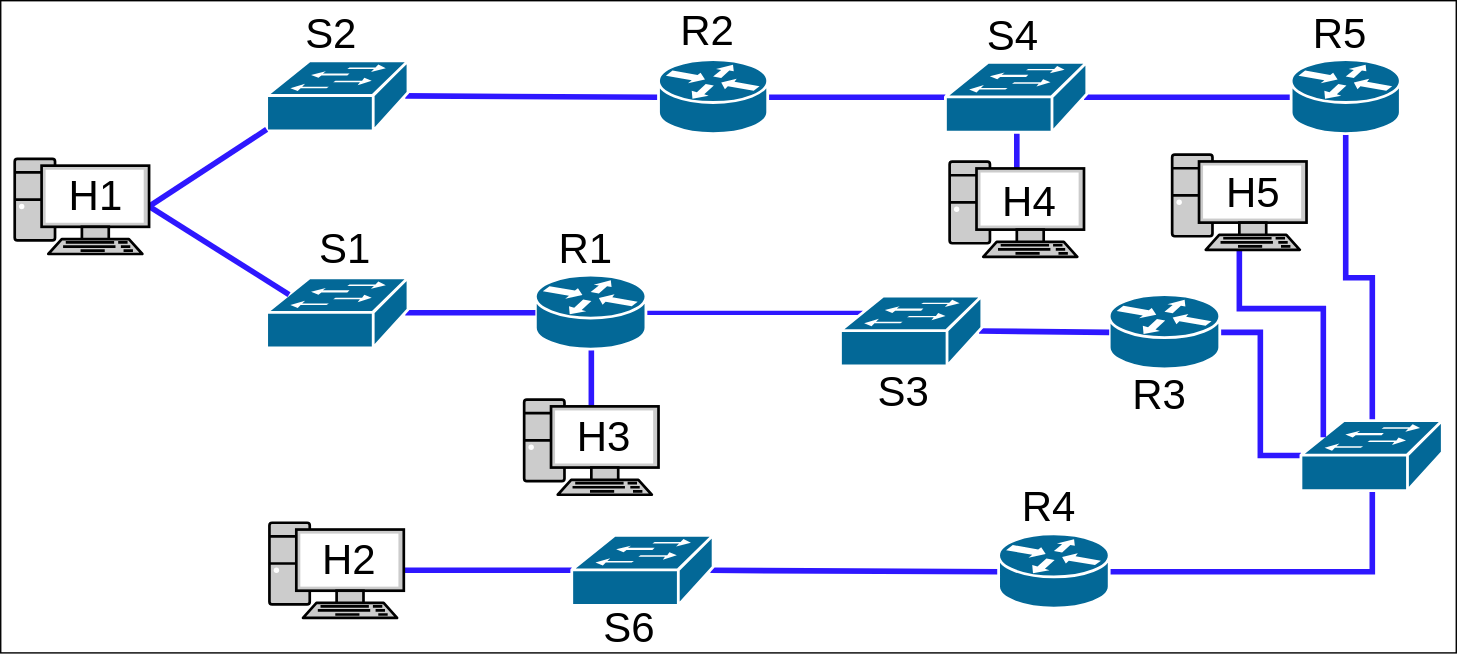
Earlier version of the draw.io export docs/images/experimentalTopology1.svg (abhimp/Viscous). Source tidied: cells renumbered, new cells last; positions are measured from the earlier drawing's top-left corner, leaving out a move shared by most shapes.
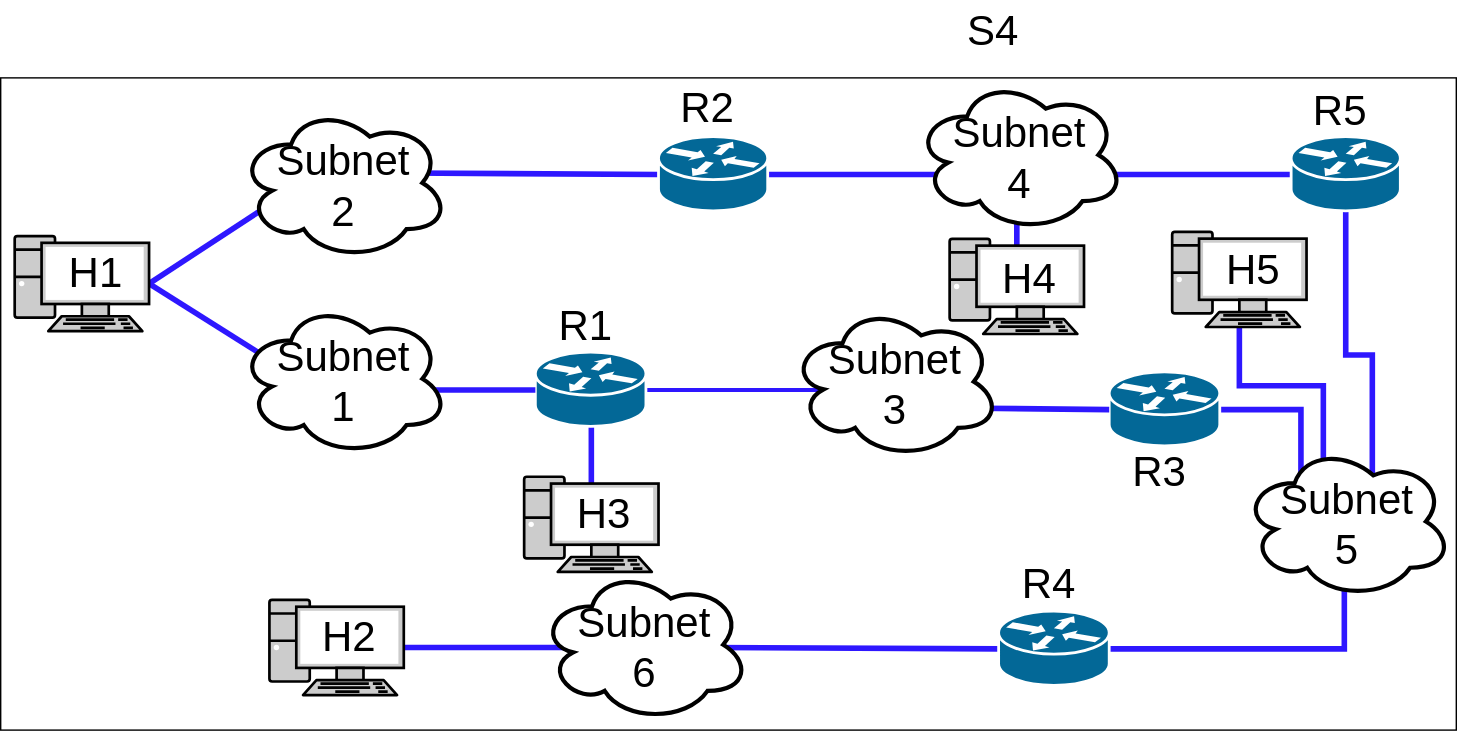
The same file after the commit.

Change to the diagram source:
```diff
@@ -4,4 +4,6 @@
     <mxCell id="1" parent="0" />
-    <mxCell id="2" style="edgeStyle=none;rounded=0;html=0;exitX=1;exitY=0.5;exitPerimeter=0;entryX=0.16;entryY=0.23;entryPerimeter=0;endArrow=none;endFill=0;jettySize=auto;strokeColor=#2E17FF;strokeWidth=3;fontFamily=Helvetica;fontSize=30;fontColor=#000000;" parent="1" edge="1" source="4" target="17">
-      <mxGeometry relative="1" as="geometry" />
+    <mxCell id="2" style="edgeStyle=none;rounded=0;html=0;exitX=1;exitY=0.5;exitPerimeter=0;entryX=0.16;entryY=0.23;entryPerimeter=0;endArrow=none;endFill=0;jettySize=auto;strokeColor=#2E17FF;strokeWidth=3;fontFamily=Helvetica;fontSize=30;fontColor=#000000;" parent="1" edge="1" source="4">
+      <mxGeometry relative="1" as="geometry">
+        <mxPoint x="616" y="223" as="targetPoint" />
+      </mxGeometry>
     </mxCell>
@@ -13,16 +15,16 @@
     </mxCell>
-    <mxCell id="5" style="edgeStyle=none;rounded=0;html=0;exitX=0.98;exitY=0.5;exitPerimeter=0;entryX=0;entryY=0.5;entryPerimeter=0;jettySize=auto;strokeColor=#2E17FF;strokeWidth=4;fontFamily=Helvetica;fontSize=30;fontColor=#000000;endArrow=none;endFill=0;" parent="1" edge="1" source="6" target="10">
-      <mxGeometry relative="1" as="geometry" />
+    <mxCell id="5" style="edgeStyle=none;rounded=0;html=0;exitX=0.98;exitY=0.5;exitPerimeter=0;entryX=0;entryY=0.5;entryPerimeter=0;jettySize=auto;strokeColor=#2E17FF;strokeWidth=4;fontFamily=Helvetica;fontSize=30;fontColor=#000000;endArrow=none;endFill=0;" parent="1" edge="1" target="10">
+      <mxGeometry relative="1" as="geometry">
+        <mxPoint x="289" y="68" as="sourcePoint" />
+      </mxGeometry>
     </mxCell>
-    <mxCell id="6" style="shape=mxgraph.cisco.switches.workgroup_switch;html=1;dashed=0;fillColor=#036897;strokeColor=#ffffff;strokeWidth=2;verticalLabelPosition=bottom;verticalAlign=top;labelBackgroundColor=none;fontFamily=Helvetica;fontSize=30;fontColor=#000000;" parent="1" vertex="1">
-      <mxGeometry x="190" y="43" width="101" height="50" as="geometry" />
-    </mxCell>
-    <mxCell id="7" style="edgeStyle=none;rounded=0;html=0;exitX=0.98;exitY=0.5;exitPerimeter=0;entryX=0;entryY=0.5;entryPerimeter=0;endArrow=none;endFill=0;jettySize=auto;strokeColor=#2E17FF;strokeWidth=4;fontFamily=Helvetica;fontSize=30;fontColor=#000000;" parent="1" edge="1" source="8" target="4">
-      <mxGeometry relative="1" as="geometry" />
+    <mxCell id="7" style="edgeStyle=none;rounded=0;html=0;exitX=0.98;exitY=0.5;exitPerimeter=0;entryX=0;entryY=0.5;entryPerimeter=0;endArrow=none;endFill=0;jettySize=auto;strokeColor=#2E17FF;strokeWidth=4;fontFamily=Helvetica;fontSize=30;fontColor=#000000;" parent="1" edge="1" target="4">
+      <mxGeometry relative="1" as="geometry">
+        <mxPoint x="289" y="223" as="sourcePoint" />
+      </mxGeometry>
     </mxCell>
-    <mxCell id="8" style="shape=mxgraph.cisco.switches.workgroup_switch;html=1;dashed=0;fillColor=#036897;strokeColor=#ffffff;strokeWidth=2;verticalLabelPosition=bottom;verticalAlign=top;labelBackgroundColor=none;fontFamily=Helvetica;fontSize=30;fontColor=#000000;" parent="1" vertex="1">
-      <mxGeometry x="190" y="198" width="101" height="50" as="geometry" />
-    </mxCell>
-    <mxCell id="9" style="edgeStyle=none;rounded=0;html=0;exitX=1;exitY=0.5;exitPerimeter=0;entryX=0;entryY=0.5;entryPerimeter=0;endArrow=none;endFill=0;jettySize=auto;strokeColor=#2E17FF;strokeWidth=4;fontFamily=Helvetica;fontSize=30;fontColor=#000000;" parent="1" edge="1" source="10" target="15">
-      <mxGeometry relative="1" as="geometry" />
+    <mxCell id="9" style="edgeStyle=none;rounded=0;html=0;exitX=1;exitY=0.5;exitPerimeter=0;entryX=0;entryY=0.5;entryPerimeter=0;endArrow=none;endFill=0;jettySize=auto;strokeColor=#2E17FF;strokeWidth=4;fontFamily=Helvetica;fontSize=30;fontColor=#000000;" parent="1" edge="1" source="10">
+      <mxGeometry relative="1" as="geometry">
+        <mxPoint x="675" y="69" as="targetPoint" />
+      </mxGeometry>
     </mxCell>
@@ -31,4 +33,6 @@
     </mxCell>
-    <mxCell id="11" style="edgeStyle=orthogonalEdgeStyle;rounded=0;html=0;exitX=1;exitY=0.5;exitPerimeter=0;entryX=0;entryY=0.5;entryPerimeter=0;endArrow=none;endFill=0;jettySize=auto;strokeColor=#2E17FF;strokeWidth=4;fontFamily=Helvetica;fontSize=30;fontColor=#000000;" parent="1" edge="1" source="12" target="21">
-      <mxGeometry relative="1" as="geometry" />
+    <mxCell id="11" style="edgeStyle=orthogonalEdgeStyle;rounded=0;html=0;exitX=1;exitY=0.5;exitPerimeter=0;entryX=0;entryY=0.5;entryPerimeter=0;endArrow=none;endFill=0;jettySize=auto;strokeColor=#2E17FF;strokeWidth=4;fontFamily=Helvetica;fontSize=30;fontColor=#000000;" parent="1" edge="1" source="12">
+      <mxGeometry relative="1" as="geometry">
+        <mxPoint x="929" y="325" as="targetPoint" />
+      </mxGeometry>
     </mxCell>
@@ -37,19 +41,21 @@
     </mxCell>
-    <mxCell id="13" style="edgeStyle=none;rounded=0;html=0;exitX=0.98;exitY=0.5;exitPerimeter=0;entryX=0;entryY=0.5;entryPerimeter=0;endArrow=none;endFill=0;jettySize=auto;strokeColor=#2E17FF;strokeWidth=4;fontFamily=Helvetica;fontSize=30;fontColor=#000000;" parent="1" edge="1" source="15" target="19">
-      <mxGeometry relative="1" as="geometry" />
+    <mxCell id="13" style="edgeStyle=none;rounded=0;html=0;exitX=0.98;exitY=0.5;exitPerimeter=0;entryX=0;entryY=0.5;entryPerimeter=0;endArrow=none;endFill=0;jettySize=auto;strokeColor=#2E17FF;strokeWidth=4;fontFamily=Helvetica;fontSize=30;fontColor=#000000;" parent="1" edge="1" target="19">
+      <mxGeometry relative="1" as="geometry">
+        <mxPoint x="774" y="69" as="sourcePoint" />
+      </mxGeometry>
     </mxCell>
-    <mxCell id="14" style="edgeStyle=none;rounded=0;html=0;exitX=0.5;exitY=0.98;exitPerimeter=0;entryX=0.5;entryY=0.07;entryPerimeter=0;endArrow=none;endFill=0;jettySize=auto;strokeColor=#2E17FF;strokeWidth=4;fontFamily=Helvetica;fontSize=30;fontColor=#000000;" parent="1" edge="1" source="15" target="44">
-      <mxGeometry relative="1" as="geometry" />
+    <mxCell id="14" style="edgeStyle=none;rounded=0;html=0;exitX=0.5;exitY=0.98;exitPerimeter=0;entryX=0.5;entryY=0.07;entryPerimeter=0;endArrow=none;endFill=0;jettySize=auto;strokeColor=#2E17FF;strokeWidth=4;fontFamily=Helvetica;fontSize=30;fontColor=#000000;" parent="1" edge="1" target="44">
+      <mxGeometry relative="1" as="geometry">
+        <mxPoint x="726" y="93" as="sourcePoint" />
+      </mxGeometry>
     </mxCell>
-    <mxCell id="15" style="shape=mxgraph.cisco.switches.workgroup_switch;html=1;dashed=0;fillColor=#036897;strokeColor=#ffffff;strokeWidth=2;verticalLabelPosition=bottom;verticalAlign=top;labelBackgroundColor=none;fontFamily=Helvetica;fontSize=30;fontColor=#000000;" parent="1" vertex="1">
-      <mxGeometry x="675" y="44" width="101" height="50" as="geometry" />
-    </mxCell>
-    <mxCell id="16" style="rounded=0;html=0;exitX=0.98;exitY=0.5;exitPerimeter=0;entryX=0;entryY=0.5;entryPerimeter=0;endArrow=none;endFill=0;jettySize=auto;strokeColor=#2E17FF;strokeWidth=4;fontFamily=Helvetica;fontSize=30;fontColor=#000000;" parent="1" edge="1" source="17" target="12">
-      <mxGeometry relative="1" as="geometry" />
+    <mxCell id="16" style="rounded=0;html=0;exitX=0.98;exitY=0.5;exitPerimeter=0;entryX=0;entryY=0.5;entryPerimeter=0;endArrow=none;endFill=0;jettySize=auto;strokeColor=#2E17FF;strokeWidth=4;fontFamily=Helvetica;fontSize=30;fontColor=#000000;" parent="1" edge="1" target="12">
+      <mxGeometry relative="1" as="geometry">
+        <mxPoint x="699" y="236" as="sourcePoint" />
+      </mxGeometry>
     </mxCell>
-    <mxCell id="17" style="shape=mxgraph.cisco.switches.workgroup_switch;html=1;dashed=0;fillColor=#036897;strokeColor=#ffffff;strokeWidth=2;verticalLabelPosition=bottom;verticalAlign=top;labelBackgroundColor=none;fontFamily=Helvetica;fontSize=30;fontColor=#000000;" parent="1" vertex="1">
-      <mxGeometry x="600" y="211" width="101" height="50" as="geometry" />
-    </mxCell>
-    <mxCell id="18" style="edgeStyle=orthogonalEdgeStyle;rounded=0;html=0;exitX=0.5;exitY=1;exitPerimeter=0;entryX=0.5;entryY=0;entryPerimeter=0;endArrow=none;endFill=0;jettySize=auto;strokeColor=#2E17FF;strokeWidth=4;fontFamily=Helvetica;fontSize=30;fontColor=#000000;" parent="1" edge="1" source="19" target="21">
-      <mxGeometry relative="1" as="geometry" />
+    <mxCell id="18" style="edgeStyle=orthogonalEdgeStyle;rounded=0;html=0;exitX=0.5;exitY=1;exitPerimeter=0;entryX=0.5;entryY=0;entryPerimeter=0;endArrow=none;endFill=0;jettySize=auto;strokeColor=#2E17FF;strokeWidth=4;fontFamily=Helvetica;fontSize=30;fontColor=#000000;" parent="1" edge="1" source="19">
+      <mxGeometry relative="1" as="geometry">
+        <mxPoint x="980" y="300" as="targetPoint" />
+      </mxGeometry>
     </mxCell>
@@ -58,8 +64,11 @@
     </mxCell>
-    <mxCell id="20" style="rounded=0;html=0;exitX=0.5;exitY=0.98;exitPerimeter=0;entryX=1;entryY=0.5;entryPerimeter=0;endArrow=none;endFill=0;jettySize=auto;strokeColor=#2E17FF;strokeWidth=4;fontFamily=Helvetica;fontSize=30;fontColor=#000000;edgeStyle=orthogonalEdgeStyle;" parent="1" edge="1" source="21" target="27">
-      <mxGeometry relative="1" as="geometry" />
+    <mxCell id="20" style="rounded=0;html=0;exitX=0.5;exitY=0.98;exitPerimeter=0;entryX=1;entryY=0.5;entryPerimeter=0;endArrow=none;endFill=0;jettySize=auto;strokeColor=#2E17FF;strokeWidth=4;fontFamily=Helvetica;fontSize=30;fontColor=#000000;edgeStyle=orthogonalEdgeStyle;" parent="1" edge="1" target="27">
+      <mxGeometry relative="1" as="geometry">
+        <mxPoint x="980" y="349" as="sourcePoint" />
+        <Array as="points">
+          <mxPoint x="960" y="349" />
+          <mxPoint x="960" y="408" />
+        </Array>
+      </mxGeometry>
     </mxCell>
-    <mxCell id="21" style="shape=mxgraph.cisco.switches.workgroup_switch;html=1;dashed=0;fillColor=#036897;strokeColor=#ffffff;strokeWidth=2;verticalLabelPosition=bottom;verticalAlign=top;labelBackgroundColor=none;fontFamily=Helvetica;fontSize=30;fontColor=#000000;" parent="1" vertex="1">
-      <mxGeometry x="929" y="300" width="101" height="50" as="geometry" />
-    </mxCell>
     <mxCell id="22" style="fontColor=#0066CC;verticalAlign=top;verticalLabelPosition=bottom;labelPosition=center;align=center;html=1;fillColor=#CCCCCC;strokeColor=#000000;gradientColor=none;gradientDirection=north;strokeWidth=5;shape=mxgraph.networks.pc;labelBackgroundColor=none;" parent="1" vertex="1">
@@ -67,7 +76,11 @@
     </mxCell>
-    <mxCell id="23" style="rounded=0;html=0;exitX=1;exitY=0.5;exitPerimeter=0;entryX=0;entryY=0.98;entryPerimeter=0;jettySize=auto;strokeColor=#2E17FF;strokeWidth=4;fontFamily=Helvetica;fontSize=30;fontColor=#000000;endArrow=none;endFill=0;" parent="1" edge="1" source="25" target="6">
-      <mxGeometry relative="1" as="geometry" />
+    <mxCell id="23" style="rounded=0;html=0;exitX=1;exitY=0.5;exitPerimeter=0;entryX=0;entryY=0.98;entryPerimeter=0;jettySize=auto;strokeColor=#2E17FF;strokeWidth=4;fontFamily=Helvetica;fontSize=30;fontColor=#000000;endArrow=none;endFill=0;" parent="1" edge="1" source="25">
+      <mxGeometry relative="1" as="geometry">
+        <mxPoint x="190" y="92" as="targetPoint" />
+      </mxGeometry>
     </mxCell>
-    <mxCell id="24" style="edgeStyle=none;rounded=0;html=0;exitX=1;exitY=0.5;exitPerimeter=0;entryX=0.16;entryY=0.23;entryPerimeter=0;jettySize=auto;strokeColor=#2E17FF;strokeWidth=4;fontFamily=Helvetica;fontSize=30;fontColor=#000000;endArrow=none;endFill=0;" parent="1" edge="1" source="25" target="8">
-      <mxGeometry relative="1" as="geometry" />
+    <mxCell id="24" style="edgeStyle=none;rounded=0;html=0;exitX=1;exitY=0.5;exitPerimeter=0;entryX=0.16;entryY=0.23;entryPerimeter=0;jettySize=auto;strokeColor=#2E17FF;strokeWidth=4;fontFamily=Helvetica;fontSize=30;fontColor=#000000;endArrow=none;endFill=0;" parent="1" edge="1" source="25">
+      <mxGeometry relative="1" as="geometry">
+        <mxPoint x="206" y="210" as="targetPoint" />
+      </mxGeometry>
     </mxCell>
@@ -76,4 +89,6 @@
     </mxCell>
-    <mxCell id="26" style="edgeStyle=none;rounded=0;html=0;exitX=0;exitY=0.5;exitPerimeter=0;entryX=0.98;entryY=0.5;entryPerimeter=0;endArrow=none;endFill=0;jettySize=auto;strokeColor=#2E17FF;strokeWidth=4;fontFamily=Helvetica;fontSize=30;fontColor=#000000;" parent="1" edge="1" source="27" target="29">
-      <mxGeometry relative="1" as="geometry" />
+    <mxCell id="26" style="edgeStyle=none;rounded=0;html=0;exitX=0;exitY=0.5;exitPerimeter=0;entryX=0.98;entryY=0.5;entryPerimeter=0;endArrow=none;endFill=0;jettySize=auto;strokeColor=#2E17FF;strokeWidth=4;fontFamily=Helvetica;fontSize=30;fontColor=#000000;" parent="1" edge="1" source="27">
+      <mxGeometry relative="1" as="geometry">
+        <mxPoint x="507" y="407" as="targetPoint" />
+      </mxGeometry>
     </mxCell>
@@ -82,8 +97,7 @@
     </mxCell>
-    <mxCell id="28" style="edgeStyle=none;rounded=0;html=0;exitX=0;exitY=0.5;exitPerimeter=0;entryX=1;entryY=0.5;entryPerimeter=0;endArrow=none;endFill=0;jettySize=auto;strokeColor=#2E17FF;strokeWidth=4;fontFamily=Helvetica;fontSize=30;fontColor=#000000;" parent="1" edge="1" source="29" target="30">
-      <mxGeometry relative="1" as="geometry" />
+    <mxCell id="28" style="edgeStyle=none;rounded=0;html=0;exitX=0;exitY=0.5;exitPerimeter=0;entryX=1;entryY=0.5;entryPerimeter=0;endArrow=none;endFill=0;jettySize=auto;strokeColor=#2E17FF;strokeWidth=4;fontFamily=Helvetica;fontSize=30;fontColor=#000000;" parent="1" edge="1" target="30">
+      <mxGeometry relative="1" as="geometry">
+        <mxPoint x="408" y="407" as="sourcePoint" />
+      </mxGeometry>
     </mxCell>
-    <mxCell id="29" style="shape=mxgraph.cisco.switches.workgroup_switch;html=1;dashed=0;fillColor=#036897;strokeColor=#ffffff;strokeWidth=2;verticalLabelPosition=bottom;verticalAlign=top;labelBackgroundColor=none;fontFamily=Helvetica;fontSize=30;fontColor=#000000;" parent="1" vertex="1">
-      <mxGeometry x="408" y="382" width="101" height="50" as="geometry" />
-    </mxCell>
     <mxCell id="30" style="fontColor=#0066CC;verticalAlign=top;verticalLabelPosition=bottom;labelPosition=center;align=center;html=1;fillColor=#CCCCCC;strokeColor=#000000;gradientColor=none;gradientDirection=north;strokeWidth=5;shape=mxgraph.networks.pc;labelBackgroundColor=none;" parent="1" vertex="1">
@@ -91,5 +105,2 @@
     </mxCell>
-    <mxCell id="31" value="S2" style="text;align=left;verticalAlign=top;spacingTop=-4;fontSize=30;fontFamily=Helvetica;fontColor=#000000;" parent="1" vertex="1">
-      <mxGeometry x="216" y="2" width="50" height="40" as="geometry" />
-    </mxCell>
     <mxCell id="32" value="R2" style="text;align=left;verticalAlign=top;spacingTop=-4;fontSize=30;fontFamily=Helvetica;fontColor=#000000;" parent="1" vertex="1">
@@ -98,3 +109,3 @@
     <mxCell id="33" value="S4" style="text;align=left;verticalAlign=top;spacingTop=-4;fontSize=30;fontFamily=Helvetica;fontColor=#000000;" parent="1" vertex="1">
-      <mxGeometry x="703" y="4" width="50" height="40" as="geometry" />
+      <mxGeometry x="689" y="-55" width="50" height="40" as="geometry" />
     </mxCell>
@@ -106,5 +117,2 @@
     </mxCell>
-    <mxCell id="36" value="S3" style="text;align=left;verticalAlign=top;spacingTop=-4;fontSize=30;fontFamily=Helvetica;fontColor=#000000;" parent="1" vertex="1">
-      <mxGeometry x="625" y="258" width="50" height="40" as="geometry" />
-    </mxCell>
     <mxCell id="37" value="R1" style="text;align=left;verticalAlign=top;spacingTop=-4;fontSize=30;fontFamily=Helvetica;fontColor=#000000;" parent="1" vertex="1">
@@ -112,5 +120,2 @@
     </mxCell>
-    <mxCell id="38" value="S1" style="text;align=left;verticalAlign=top;spacingTop=-4;fontSize=30;fontFamily=Helvetica;fontColor=#000000;" parent="1" vertex="1">
-      <mxGeometry x="226" y="156" width="50" height="40" as="geometry" />
-    </mxCell>
     <mxCell id="39" value="H1" style="text;align=left;verticalAlign=top;spacingTop=-4;fontSize=30;fontFamily=Helvetica;fontColor=#000000;" parent="1" vertex="1">
@@ -127,5 +132,2 @@
     </mxCell>
-    <mxCell id="43" value="S6" style="text;align=left;verticalAlign=top;spacingTop=-4;fontSize=30;fontFamily=Helvetica;fontColor=#000000;" parent="1" vertex="1">
-      <mxGeometry x="429" y="427" width="50" height="40" as="geometry" />
-    </mxCell>
     <mxCell id="44" style="fontColor=#0066CC;verticalAlign=top;verticalLabelPosition=bottom;labelPosition=center;align=center;html=1;fillColor=#CCCCCC;strokeColor=#000000;gradientColor=none;gradientDirection=north;strokeWidth=5;shape=mxgraph.networks.pc;labelBackgroundColor=none;" parent="1" vertex="1">
@@ -136,4 +138,5 @@
     </mxCell>
-    <mxCell id="46" style="edgeStyle=orthogonalEdgeStyle;rounded=0;html=0;exitX=0.5;exitY=1;exitPerimeter=0;entryX=0.16;entryY=0.23;entryPerimeter=0;endArrow=none;endFill=0;jettySize=auto;strokeColor=#2E17FF;strokeWidth=4;fontFamily=Helvetica;fontSize=30;fontColor=#000000;" parent="1" edge="1" source="47" target="21">
+    <mxCell id="46" style="edgeStyle=orthogonalEdgeStyle;rounded=0;html=0;exitX=0.5;exitY=1;exitPerimeter=0;entryX=0.16;entryY=0.23;entryPerimeter=0;endArrow=none;endFill=0;jettySize=auto;strokeColor=#2E17FF;strokeWidth=4;fontFamily=Helvetica;fontSize=30;fontColor=#000000;" parent="1" edge="1" source="47">
       <mxGeometry relative="1" as="geometry">
+        <mxPoint x="945" y="312" as="targetPoint" />
         <Array as="points">
@@ -150,2 +153,20 @@
     </mxCell>
+    <mxCell id="51" value="Subnet&#10;1" style="ellipse;shape=cloud;labelBackgroundColor=none;strokeColor=#000000;strokeWidth=3;fillColor=#FFFFFF;gradientColor=none;fontFamily=Helvetica;fontSize=30;fontColor=#000000;align=center;" parent="1" vertex="1">
+      <mxGeometry x="170" y="160" width="150" height="110" as="geometry" />
+    </mxCell>
+    <mxCell id="52" value="Subnet&#10;2" style="ellipse;shape=cloud;labelBackgroundColor=none;strokeColor=#000000;strokeWidth=3;fillColor=#FFFFFF;gradientColor=none;fontFamily=Helvetica;fontSize=30;fontColor=#000000;align=center;" parent="1" vertex="1">
+      <mxGeometry x="170" y="20" width="150" height="110" as="geometry" />
+    </mxCell>
+    <mxCell id="53" value="Subnet&#10;4" style="ellipse;shape=cloud;labelBackgroundColor=none;strokeColor=#000000;strokeWidth=3;fillColor=#FFFFFF;gradientColor=none;fontFamily=Helvetica;fontSize=30;fontColor=#000000;align=center;" parent="1" vertex="1">
+      <mxGeometry x="653" width="150" height="110" as="geometry" />
+    </mxCell>
+    <mxCell id="54" value="Subnet&#10;3" style="ellipse;shape=cloud;labelBackgroundColor=none;strokeColor=#000000;strokeWidth=3;fillColor=#FFFFFF;gradientColor=none;fontFamily=Helvetica;fontSize=30;fontColor=#000000;align=center;" parent="1" vertex="1">
+      <mxGeometry x="564" y="162" width="150" height="110" as="geometry" />
+    </mxCell>
+    <mxCell id="55" value="Subnet&#10;6" style="ellipse;shape=cloud;labelBackgroundColor=none;strokeColor=#000000;strokeWidth=3;fillColor=#FFFFFF;gradientColor=none;fontFamily=Helvetica;fontSize=30;fontColor=#000000;align=center;" parent="1" vertex="1">
+      <mxGeometry x="385" y="350" width="150" height="110" as="geometry" />
+    </mxCell>
+    <mxCell id="56" value="Subnet&#10;5" style="ellipse;shape=cloud;labelBackgroundColor=none;strokeColor=#000000;strokeWidth=3;fillColor=#FFFFFF;gradientColor=none;fontFamily=Helvetica;fontSize=30;fontColor=#000000;align=center;" parent="1" vertex="1">
+      <mxGeometry x="887" y="262" width="150" height="110" as="geometry" />
+    </mxCell>
     <mxCell id="49" value="Untitled Layer" parent="0" />
```
